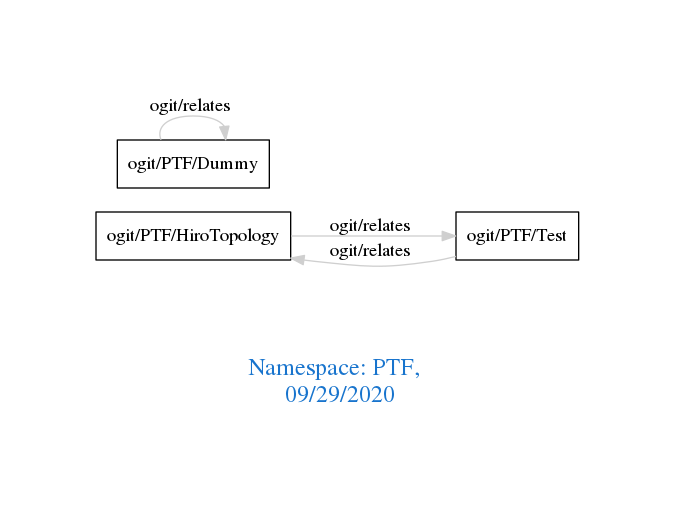
This is downloads/PTF.png from arago/OGIT, a Graphviz export, as it was before one commit. Its source is kept beside it as downloads/PTF.dot.
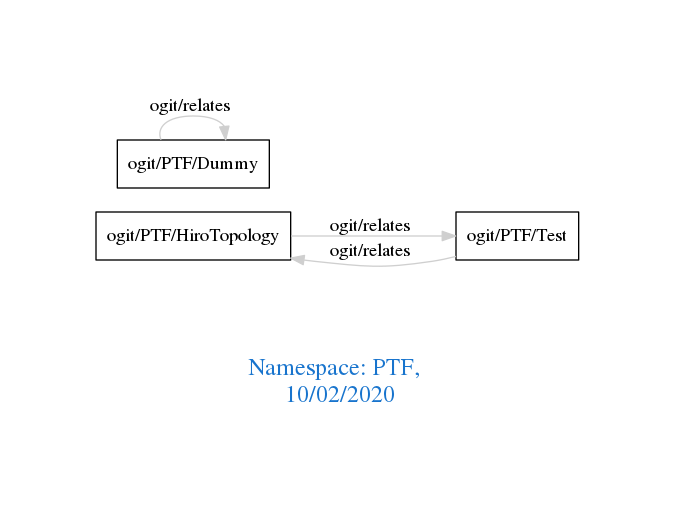
After the commit.

Diff of the diagram source:
```diff
@@ -1,7 +1,7 @@
 digraph OGIT_ontology {
  graph [ rankdir= LR,pad=1
 fontsize = 18,
-fontcolor= dodgerblue3,label = "\n\n\nNamespace: PTF, \n 09/29/2020"];
+fontcolor= dodgerblue3,label = "\n\n\nNamespace: PTF, \n 10/02/2020"];
 node[shape=polygon];
 edge [  color="gray81"];
 
```
